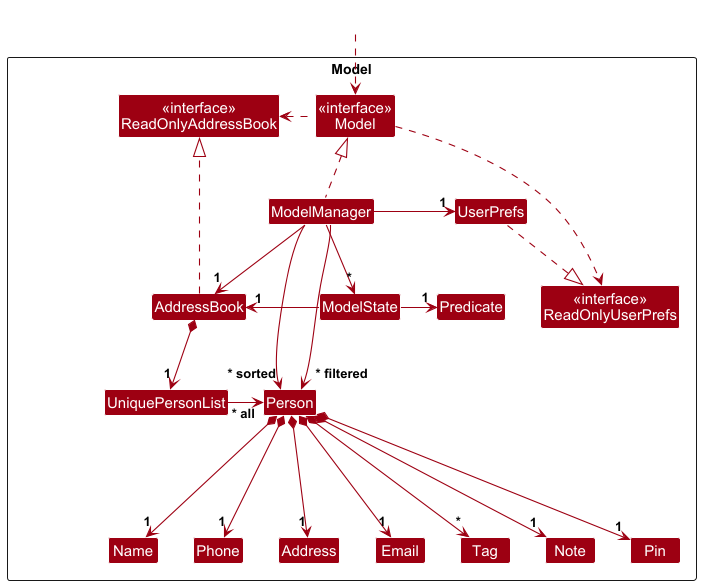
carineang/tp keeps this PlantUML diagram as docs/images/ModelClassDiagram.png. Above is the earlier version.
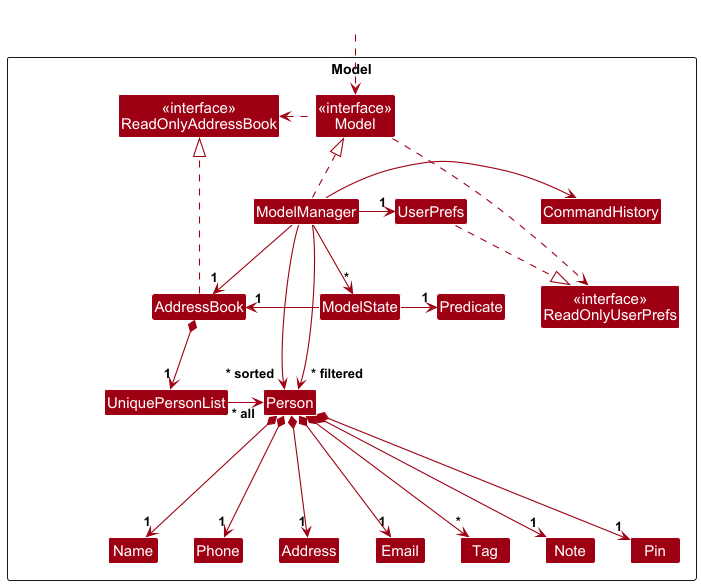
The same file after the commit.

Commit message:
Add CommandHistory into ModelClassDiagram

The edit, as a diff of the source:
```diff
@@ -23,6 +23,7 @@
 Class Pin
 Class ModelState
 Class Predicate
+Class CommandHistory
 
 Class I #FFFFFF
 }
@@ -42,10 +43,11 @@
 ModelManager -right-> "1" UserPrefs
 ModelManager -left-> "~* filtered" Person
 ModelManager -right-> "~* sorted" Person
+ModelManager -right-> CommandHistory
 UserPrefs ..|> ReadOnlyUserPrefs
 
 AddressBook *--> "1" UniquePersonList
-UniquePersonList --right-> "~* all" Person
+UniquePersonList -right-> "~* all" Person
 Person *--down-> "1" Name
 Person *--down-> "1" Phone
 Person *--down-> "1" Email
```
